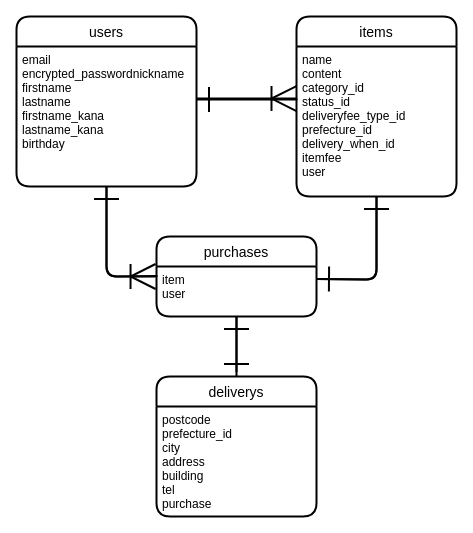
Earlier version of the draw.io diagram er.dio (ytimesy/furima-38852). Source tidied: cells renumbered, new cells numbered last; positions are measured from the earlier drawing's top-left corner, leaving out a move shared by most shapes. Both pictures are drawn from the tidied source at 100%, with x=0, y=0 at pixel (16, 16).
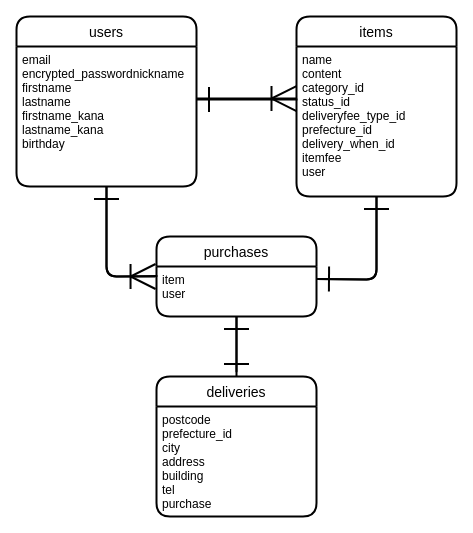
The same diagram, later.

Commit message (it also covers changes not shown here):
テーブル名修正（deliveriesに）

What changed in the source:
```diff
@@
-    <mxCell id="15" value="deliverys" style="swimlane;horizontal=1;startSize=30;rounded=1;fontSize=14;fontStyle=0;strokeWidth=2;shadow=0;dashed=0;align=center;" parent="1" vertex="1">
+    <mxCell id="15" value="deliveries" style="swimlane;horizontal=1;startSize=30;rounded=1;fontSize=14;fontStyle=0;strokeWidth=2;shadow=0;dashed=0;align=center;" parent="1" vertex="1">
       <mxGeometry x="140" y="360" width="160" height="140" as="geometry" />
     </mxCell>
```
